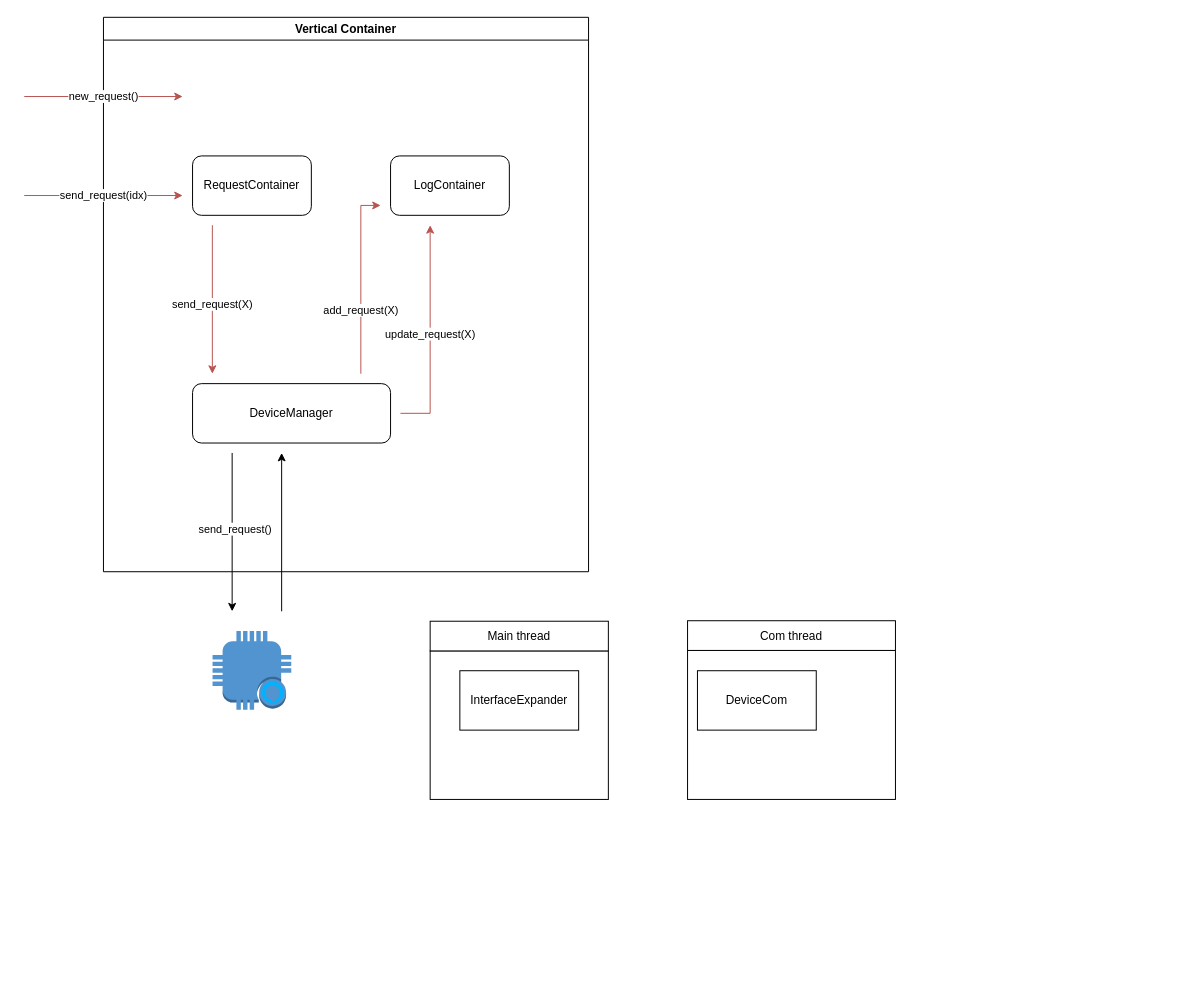
Above: UIarchitecture.drawio in AlmCoding/expander-ui (draw.io), before the change. Source tidied: cells renumbered, new cells numbered last; positions are measured from the earlier drawing's top-left corner, leaving out a move shared by most shapes. Both pictures are drawn from the tidied source at 99%, with x=0, y=0 at pixel (24, 17).
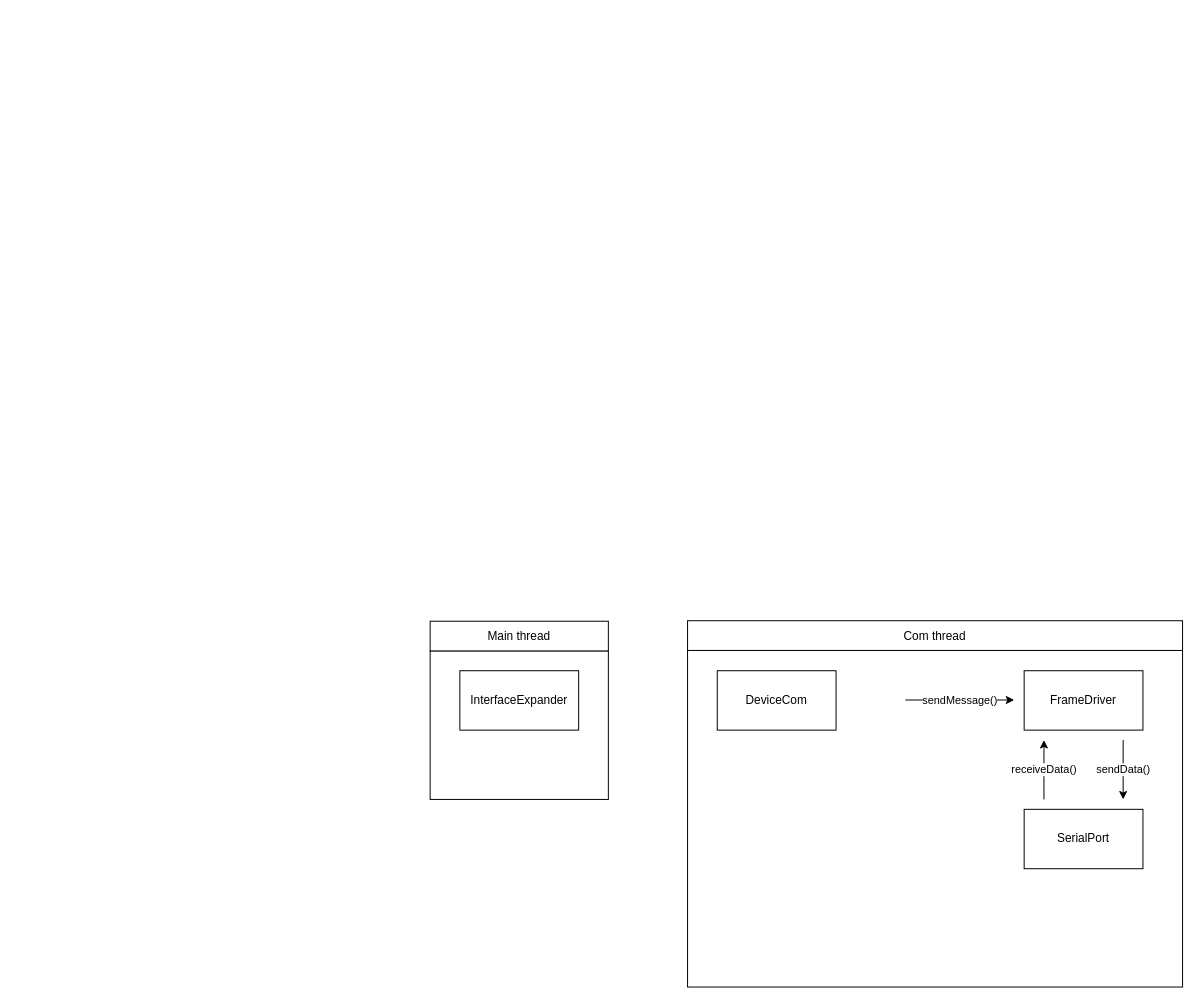
After the change.

Diff of the diagram source:
```diff
@@
-    <mxCell id="2" value="Vertical Container" style="swimlane;whiteSpace=wrap;html=1;" parent="1" vertex="1">
-      <mxGeometry x="80" width="490" height="560" as="geometry" />
-    </mxCell>
-    <mxCell id="3" value="DeviceManager" style="rounded=1;whiteSpace=wrap;html=1;" parent="2" vertex="1">
-      <mxGeometry x="90" y="370" width="200" height="60" as="geometry" />
-    </mxCell>
-    <mxCell id="4" value="RequestContainer" style="rounded=1;whiteSpace=wrap;html=1;" parent="2" vertex="1">
-      <mxGeometry x="90" y="140" width="120" height="60" as="geometry" />
-    </mxCell>
-    <mxCell id="5" value="LogContainer" style="rounded=1;whiteSpace=wrap;html=1;" parent="2" vertex="1">
-      <mxGeometry x="290" y="140" width="120" height="60" as="geometry" />
-    </mxCell>
-    <mxCell id="6" value="send_request(idx)" style="endArrow=classic;html=1;rounded=0;fillColor=#f8cecc;strokeColor=#b85450;" parent="2" edge="1">
-      <mxGeometry relative="1" as="geometry">
-        <mxPoint x="-80" y="180" as="sourcePoint" />
-        <mxPoint x="80" y="180" as="targetPoint" />
-      </mxGeometry>
-    </mxCell>
-    <mxCell id="7" value="send_request(X)" style="endArrow=classic;html=1;rounded=0;fillColor=#f8cecc;strokeColor=#b85450;" parent="2" edge="1">
-      <mxGeometry x="0.07" relative="1" as="geometry">
-        <mxPoint x="110" y="210" as="sourcePoint" />
-        <mxPoint x="110" y="360" as="targetPoint" />
-      </mxGeometry>
-    </mxCell>
-    <mxCell id="8" value="add_request(X)" style="endArrow=classic;html=1;rounded=0;fillColor=#f8cecc;strokeColor=#b85450;" parent="2" edge="1">
-      <mxGeometry x="-0.33" relative="1" as="geometry">
-        <mxPoint x="260" y="360" as="sourcePoint" />
-        <mxPoint x="280" y="190" as="targetPoint" />
-        <Array as="points">
-          <mxPoint x="260" y="190" />
-        </Array>
-      </mxGeometry>
-    </mxCell>
-    <mxCell id="9" style="endArrow=classic;html=1;rounded=0;" parent="2" edge="1">
-      <mxGeometry relative="1" as="geometry">
-        <mxPoint x="130" y="440" as="sourcePoint" />
-        <mxPoint x="130" y="600" as="targetPoint" />
-      </mxGeometry>
-    </mxCell>
-    <mxCell id="10" value="send_request()" style="edgeLabel;html=1;align=center;verticalAlign=middle;" parent="9" vertex="1">
-      <mxGeometry x="-0.05" y="2" relative="1" as="geometry" />
-    </mxCell>
-    <mxCell id="11" style="endArrow=classic;html=1;rounded=0;" parent="2" edge="1">
-      <mxGeometry relative="1" as="geometry">
-        <mxPoint x="180" y="600" as="sourcePoint" />
-        <mxPoint x="180" y="440" as="targetPoint" />
-      </mxGeometry>
-    </mxCell>
-    <mxCell id="12" value="update_request(X)" style="endArrow=classic;html=1;rounded=0;fillColor=#f8cecc;strokeColor=#b85450;" parent="2" edge="1">
-      <mxGeometry relative="1" as="geometry">
-        <mxPoint x="300" y="400" as="sourcePoint" />
-        <mxPoint x="330" y="210" as="targetPoint" />
-        <Array as="points">
-          <mxPoint x="330" y="400" />
-        </Array>
-      </mxGeometry>
-    </mxCell>
-    <mxCell id="13" value="new_request()" style="endArrow=classic;html=1;rounded=0;fillColor=#f8cecc;strokeColor=#b85450;" parent="2" edge="1">
-      <mxGeometry relative="1" as="geometry">
-        <mxPoint x="-80" y="80" as="sourcePoint" />
-        <mxPoint x="80" y="80" as="targetPoint" />
-      </mxGeometry>
-    </mxCell>
-    <mxCell id="14" style="dashed=0;verticalLabelPosition=bottom;verticalAlign=top;align=center;html=1;shape=mxgraph.aws3.alexa_enabled_device;fillColor=#5294CF;gradientColor=none;" parent="1" vertex="1">
-      <mxGeometry x="190.2" y="620" width="79.5" height="79.5" as="geometry" />
-    </mxCell>
@@
     <mxCell id="16" style="rounded=0;whiteSpace=wrap;html=1;" parent="1" vertex="1">
-      <mxGeometry x="670" y="639.5" width="210" height="150.5" as="geometry" />
+      <mxGeometry x="670" y="639.5" width="500" height="340" as="geometry" />
     </mxCell>
@@
     <mxCell id="18" value="Com thread" style="rounded=0;whiteSpace=wrap;html=1;" parent="1" vertex="1">
-      <mxGeometry x="670" y="609.5" width="210" height="30" as="geometry" />
+      <mxGeometry x="670" y="609.5" width="500" height="30" as="geometry" />
     </mxCell>
@@
     <mxCell id="20" value="DeviceCom" style="rounded=0;whiteSpace=wrap;html=1;" parent="1" vertex="1">
-      <mxGeometry x="680" y="660" width="120" height="60" as="geometry" />
+      <mxGeometry x="700" y="660" width="120" height="60" as="geometry" />
     </mxCell>
+    <mxCell id="21" value="FrameDriver" style="rounded=0;whiteSpace=wrap;html=1;" parent="1" vertex="1">
+      <mxGeometry x="1010" y="660" width="120" height="60" as="geometry" />
+    </mxCell>
+    <mxCell id="22" value="SerialPort" style="rounded=0;whiteSpace=wrap;html=1;" parent="1" vertex="1">
+      <mxGeometry x="1010" y="800" width="120" height="60" as="geometry" />
+    </mxCell>
+    <mxCell id="23" value="sendData()" style="endArrow=classic;html=1;rounded=0;" parent="1" edge="1">
+      <mxGeometry relative="1" as="geometry">
+        <mxPoint x="1110" y="730" as="sourcePoint" />
+        <mxPoint x="1110" y="790" as="targetPoint" />
+      </mxGeometry>
+    </mxCell>
+    <mxCell id="24" value="sendMessage()" style="endArrow=classic;html=1;rounded=0;" parent="1" edge="1">
+      <mxGeometry relative="1" as="geometry">
+        <mxPoint x="890" y="689.6" as="sourcePoint" />
+        <mxPoint x="1000" y="689.6" as="targetPoint" />
+      </mxGeometry>
+    </mxCell>
+    <mxCell id="25" value="receiveData()" style="endArrow=classic;html=1;rounded=0;" parent="1" edge="1">
+      <mxGeometry relative="1" as="geometry">
+        <mxPoint x="1030" y="790" as="sourcePoint" />
+        <mxPoint x="1030" y="730" as="targetPoint" />
+      </mxGeometry>
+    </mxCell>
```
